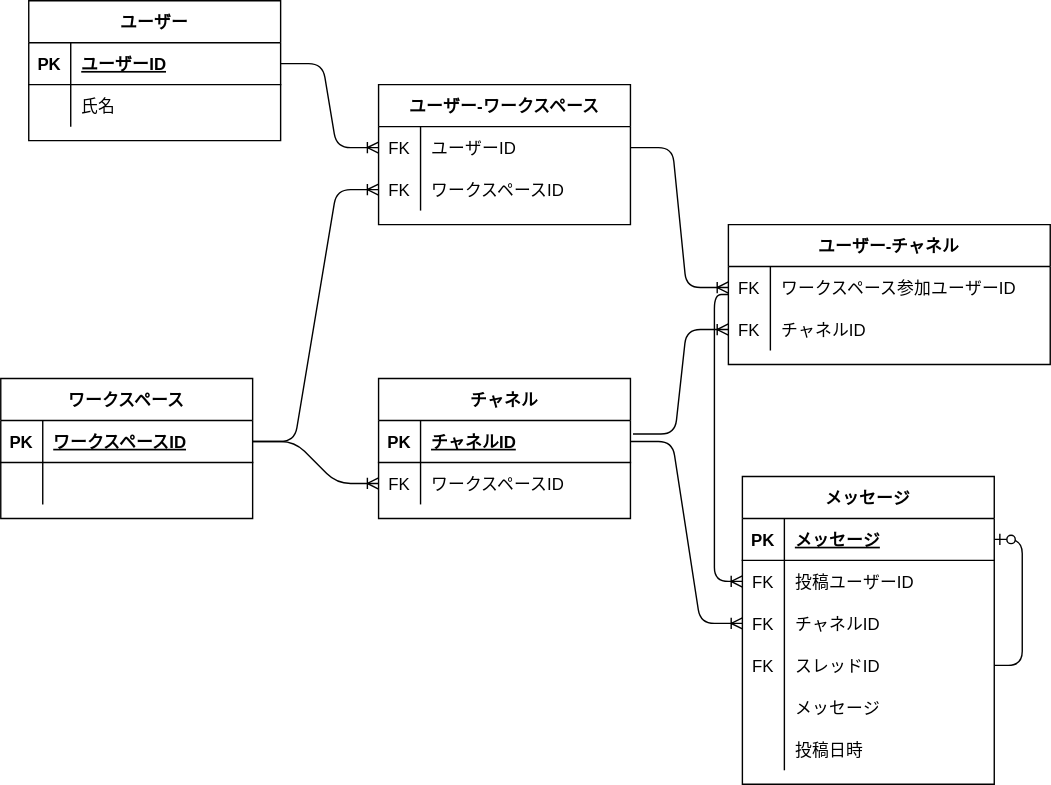
This is database-design/2/er1.drawio.svg from nakasuke-dev/praha_challenge, a draw.io export, as it was before one commit. Source tidied: cells renumbered, new cells last; positions are measured from the earlier drawing's top-left corner, leaving out a move shared by most shapes. The source it was exported from:
```xml
<mxGraphModel>
  <root>
    <mxCell id="0" />
    <mxCell id="1" parent="0" />
    <mxCell id="2" value="ユーザー" style="shape=table;startSize=30;rowLines=0;fontStyle=1;align=center;" parent="1" vertex="1">
      <mxGeometry x="20" width="180" height="100" as="geometry" />
    </mxCell>
    <mxCell id="3" style="shape=partialRectangle;fillColor=none;top=0;left=0;bottom=1;right=0;points=[[0,0.5],[1,0.5]];portConstraint=eastwest;" parent="2" vertex="1">
      <mxGeometry y="30" width="180" height="30" as="geometry" />
    </mxCell>
    <mxCell id="4" value="PK" style="shape=partialRectangle;fillColor=none;top=0;left=0;bottom=0;right=0;fontStyle=1;overflow=hidden;" parent="3" vertex="1">
      <mxGeometry width="30" height="30" as="geometry" />
    </mxCell>
    <mxCell id="5" value="ユーザーID" style="shape=partialRectangle;fillColor=none;top=0;left=0;bottom=0;right=0;align=left;spacingLeft=6;fontStyle=5;overflow=hidden;" parent="3" vertex="1">
      <mxGeometry x="30" width="150" height="30" as="geometry" />
    </mxCell>
    <mxCell id="6" style="shape=partialRectangle;fillColor=none;top=0;left=0;bottom=0;right=0;" parent="2" vertex="1">
      <mxGeometry y="60" width="180" height="30" as="geometry" />
    </mxCell>
    <mxCell id="7" style="shape=partialRectangle;fillColor=none;top=0;left=0;bottom=0;right=0;overflow=hidden;" parent="6" vertex="1">
      <mxGeometry width="30" height="30" as="geometry" />
    </mxCell>
    <mxCell id="8" value="氏名" style="shape=partialRectangle;fillColor=none;top=0;left=0;bottom=0;right=0;align=left;spacingLeft=6;overflow=hidden;" parent="6" vertex="1">
      <mxGeometry x="30" width="150" height="30" as="geometry" />
    </mxCell>
    <mxCell id="9" value="チャネル" style="shape=table;startSize=30;rowLines=0;fontStyle=1;align=center;" parent="1" vertex="1">
      <mxGeometry x="270" y="270" width="180" height="100" as="geometry" />
    </mxCell>
    <mxCell id="10" style="shape=partialRectangle;fillColor=none;top=0;left=0;bottom=1;right=0;points=[[0,0.5],[1,0.5]];portConstraint=eastwest;" parent="9" vertex="1">
      <mxGeometry y="30" width="180" height="30" as="geometry" />
    </mxCell>
    <mxCell id="11" value="PK" style="shape=partialRectangle;fillColor=none;top=0;left=0;bottom=0;right=0;fontStyle=1;overflow=hidden;" parent="10" vertex="1">
      <mxGeometry width="30" height="30" as="geometry" />
    </mxCell>
    <mxCell id="12" value="チャネルID" style="shape=partialRectangle;fillColor=none;top=0;left=0;bottom=0;right=0;align=left;spacingLeft=6;fontStyle=5;overflow=hidden;" parent="10" vertex="1">
      <mxGeometry x="30" width="150" height="30" as="geometry" />
    </mxCell>
    <mxCell id="13" style="shape=partialRectangle;fillColor=none;top=0;left=0;bottom=0;right=0;points=[[0,0.5],[1,0.5]];portConstraint=eastwest;" parent="9" vertex="1">
      <mxGeometry y="60" width="180" height="30" as="geometry" />
    </mxCell>
    <mxCell id="14" value="FK" style="shape=partialRectangle;fillColor=none;top=0;left=0;bottom=0;right=0;overflow=hidden;" parent="13" vertex="1">
      <mxGeometry width="30" height="30" as="geometry" />
    </mxCell>
    <mxCell id="15" value="ワークスペースID" style="shape=partialRectangle;fillColor=none;top=0;left=0;bottom=0;right=0;align=left;spacingLeft=6;overflow=hidden;" parent="13" vertex="1">
      <mxGeometry x="30" width="150" height="30" as="geometry" />
    </mxCell>
    <mxCell id="16" value="ワークスペース" style="shape=table;startSize=30;rowLines=0;fontStyle=1;align=center;" parent="1" vertex="1">
      <mxGeometry y="270" width="180" height="100" as="geometry" />
    </mxCell>
    <mxCell id="17" style="shape=partialRectangle;fillColor=none;top=0;left=0;bottom=1;right=0;points=[[0,0.5],[1,0.5]];portConstraint=eastwest;" parent="16" vertex="1">
      <mxGeometry y="30" width="180" height="30" as="geometry" />
    </mxCell>
    <mxCell id="18" value="PK" style="shape=partialRectangle;fillColor=none;top=0;left=0;bottom=0;right=0;fontStyle=1;overflow=hidden;" parent="17" vertex="1">
      <mxGeometry width="30" height="30" as="geometry" />
    </mxCell>
    <mxCell id="19" value="ワークスペースID" style="shape=partialRectangle;fillColor=none;top=0;left=0;bottom=0;right=0;align=left;spacingLeft=6;fontStyle=5;overflow=hidden;" parent="17" vertex="1">
      <mxGeometry x="30" width="150" height="30" as="geometry" />
    </mxCell>
    <mxCell id="20" style="shape=partialRectangle;fillColor=none;top=0;left=0;bottom=0;right=0;" parent="16" vertex="1">
      <mxGeometry y="60" width="180" height="30" as="geometry" />
    </mxCell>
    <mxCell id="21" style="shape=partialRectangle;fillColor=none;top=0;left=0;bottom=0;right=0;overflow=hidden;" parent="20" vertex="1">
      <mxGeometry width="30" height="30" as="geometry" />
    </mxCell>
    <mxCell id="22" style="shape=partialRectangle;fillColor=none;top=0;left=0;bottom=0;right=0;align=left;spacingLeft=6;overflow=hidden;" parent="20" vertex="1">
      <mxGeometry x="30" width="150" height="30" as="geometry" />
    </mxCell>
    <mxCell id="23" style="shape=partialRectangle;fillColor=none;top=0;left=0;bottom=0;right=0;" parent="1" vertex="1">
      <mxGeometry x="291" y="354" width="180" height="30" as="geometry" />
    </mxCell>
    <mxCell id="24" style="shape=partialRectangle;fillColor=none;top=0;left=0;bottom=0;right=0;overflow=hidden;" parent="23" vertex="1">
      <mxGeometry width="30" height="30" as="geometry" />
    </mxCell>
    <mxCell id="25" value="メッセージ" style="shape=table;startSize=30;rowLines=0;fontStyle=1;align=center;" parent="1" vertex="1">
      <mxGeometry x="530" y="340" width="180" height="220" as="geometry" />
    </mxCell>
    <mxCell id="26" style="shape=partialRectangle;fillColor=none;top=0;left=0;bottom=1;right=0;points=[[0,0.5],[1,0.5]];portConstraint=eastwest;" parent="25" vertex="1">
      <mxGeometry y="30" width="180" height="30" as="geometry" />
    </mxCell>
    <mxCell id="27" value="PK" style="shape=partialRectangle;fillColor=none;top=0;left=0;bottom=0;right=0;fontStyle=1;overflow=hidden;" parent="26" vertex="1">
      <mxGeometry width="30" height="30" as="geometry" />
    </mxCell>
    <mxCell id="28" value="メッセージ" style="shape=partialRectangle;fillColor=none;top=0;left=0;bottom=0;right=0;align=left;spacingLeft=6;fontStyle=5;overflow=hidden;" parent="26" vertex="1">
      <mxGeometry x="30" width="150" height="30" as="geometry" />
    </mxCell>
    <mxCell id="29" style="shape=partialRectangle;fillColor=none;top=0;left=0;bottom=0;right=0;points=[[0,0.5],[1,0.5]];portConstraint=eastwest;" parent="25" vertex="1">
      <mxGeometry y="60" width="180" height="30" as="geometry" />
    </mxCell>
    <mxCell id="30" value="FK" style="shape=partialRectangle;fillColor=none;top=0;left=0;bottom=0;right=0;overflow=hidden;" parent="29" vertex="1">
      <mxGeometry width="30" height="30" as="geometry" />
    </mxCell>
    <mxCell id="31" value="投稿ユーザーID" style="shape=partialRectangle;fillColor=none;top=0;left=0;bottom=0;right=0;align=left;spacingLeft=6;overflow=hidden;" parent="29" vertex="1">
      <mxGeometry x="30" width="150" height="30" as="geometry" />
    </mxCell>
    <mxCell id="32" style="shape=partialRectangle;fillColor=none;top=0;left=0;bottom=0;right=0;points=[[0,0.5],[1,0.5]];portConstraint=eastwest;" parent="25" vertex="1">
      <mxGeometry y="90" width="180" height="30" as="geometry" />
    </mxCell>
    <mxCell id="33" value="FK" style="shape=partialRectangle;fillColor=none;top=0;left=0;bottom=0;right=0;overflow=hidden;" parent="32" vertex="1">
      <mxGeometry width="30" height="30" as="geometry" />
    </mxCell>
    <mxCell id="34" value="チャネルID" style="shape=partialRectangle;fillColor=none;top=0;left=0;bottom=0;right=0;align=left;spacingLeft=6;overflow=hidden;" parent="32" vertex="1">
      <mxGeometry x="30" width="150" height="30" as="geometry" />
    </mxCell>
    <mxCell id="35" style="shape=partialRectangle;fillColor=none;top=0;left=0;bottom=0;right=0;points=[[0,0.5],[1,0.5]];portConstraint=eastwest;" parent="25" vertex="1">
      <mxGeometry y="120" width="180" height="30" as="geometry" />
    </mxCell>
    <mxCell id="36" value="FK" style="shape=partialRectangle;fillColor=none;top=0;left=0;bottom=0;right=0;overflow=hidden;" parent="35" vertex="1">
      <mxGeometry width="30" height="30" as="geometry" />
    </mxCell>
    <mxCell id="37" value="スレッドID" style="shape=partialRectangle;fillColor=none;top=0;left=0;bottom=0;right=0;align=left;spacingLeft=6;overflow=hidden;" parent="35" vertex="1">
      <mxGeometry x="30" width="150" height="30" as="geometry" />
    </mxCell>
    <mxCell id="38" style="shape=partialRectangle;fillColor=none;top=0;left=0;bottom=0;right=0;" parent="25" vertex="1">
      <mxGeometry y="150" width="180" height="30" as="geometry" />
    </mxCell>
    <mxCell id="39" style="shape=partialRectangle;fillColor=none;top=0;left=0;bottom=0;right=0;overflow=hidden;" parent="38" vertex="1">
      <mxGeometry width="30" height="30" as="geometry" />
    </mxCell>
    <mxCell id="40" value="メッセージ" style="shape=partialRectangle;fillColor=none;top=0;left=0;bottom=0;right=0;align=left;spacingLeft=6;overflow=hidden;" parent="38" vertex="1">
      <mxGeometry x="30" width="150" height="30" as="geometry" />
    </mxCell>
    <mxCell id="41" style="edgeStyle=elbowEdgeStyle;fontSize=12;html=1;endArrow=ERzeroToOne;endFill=1;exitX=1;exitY=0.5;exitDx=0;exitDy=0;entryX=1;entryY=0.5;entryDx=0;entryDy=0;" parent="25" edge="1" source="35" target="26">
      <mxGeometry relative="1" as="geometry">
        <Array as="points">
          <mxPoint x="200" y="90" />
        </Array>
      </mxGeometry>
    </mxCell>
    <mxCell id="42" style="shape=partialRectangle;fillColor=none;top=0;left=0;bottom=0;right=0;" parent="25" vertex="1">
      <mxGeometry y="180" width="180" height="30" as="geometry" />
    </mxCell>
    <mxCell id="43" style="shape=partialRectangle;fillColor=none;top=0;left=0;bottom=0;right=0;overflow=hidden;" parent="42" vertex="1">
      <mxGeometry width="30" height="30" as="geometry" />
    </mxCell>
    <mxCell id="44" value="投稿日時" style="shape=partialRectangle;fillColor=none;top=0;left=0;bottom=0;right=0;align=left;spacingLeft=6;overflow=hidden;" parent="42" vertex="1">
      <mxGeometry x="30" width="150" height="30" as="geometry" />
    </mxCell>
    <mxCell id="45" value="ユーザー-ワークスペース" style="shape=table;startSize=30;rowLines=0;fontStyle=1;align=center;" parent="1" vertex="1">
      <mxGeometry x="270" y="60" width="180" height="100" as="geometry" />
    </mxCell>
    <mxCell id="46" style="shape=partialRectangle;fillColor=none;top=0;left=0;bottom=0;right=0;points=[[0,0.5],[1,0.5]];portConstraint=eastwest;" parent="45" vertex="1">
      <mxGeometry y="30" width="180" height="30" as="geometry" />
    </mxCell>
    <mxCell id="47" value="FK" style="shape=partialRectangle;fillColor=none;top=0;left=0;bottom=0;right=0;overflow=hidden;" parent="46" vertex="1">
      <mxGeometry width="30" height="30" as="geometry" />
    </mxCell>
    <mxCell id="48" value="ユーザーID" style="shape=partialRectangle;fillColor=none;top=0;left=0;bottom=0;right=0;align=left;spacingLeft=6;overflow=hidden;" parent="46" vertex="1">
      <mxGeometry x="30" width="150" height="30" as="geometry" />
    </mxCell>
    <mxCell id="49" style="shape=partialRectangle;fillColor=none;top=0;left=0;bottom=0;right=0;points=[[0,0.5],[1,0.5]];portConstraint=eastwest;" parent="45" vertex="1">
      <mxGeometry y="60" width="180" height="30" as="geometry" />
    </mxCell>
    <mxCell id="50" value="FK" style="shape=partialRectangle;fillColor=none;top=0;left=0;bottom=0;right=0;overflow=hidden;" parent="49" vertex="1">
      <mxGeometry width="30" height="30" as="geometry" />
    </mxCell>
    <mxCell id="51" value="ワークスペースID" style="shape=partialRectangle;fillColor=none;top=0;left=0;bottom=0;right=0;align=left;spacingLeft=6;overflow=hidden;" parent="49" vertex="1">
      <mxGeometry x="30" width="150" height="30" as="geometry" />
    </mxCell>
    <mxCell id="52" style="edgeStyle=entityRelationEdgeStyle;fontSize=12;html=1;endArrow=ERoneToMany;entryX=0;entryY=0.5;entryDx=0;entryDy=0;exitX=1;exitY=0.5;exitDx=0;exitDy=0;" parent="1" edge="1" source="17" target="13">
      <mxGeometry relative="1" as="geometry" />
    </mxCell>
    <mxCell id="53" value="ユーザー-チャネル" style="shape=table;startSize=30;rowLines=0;fontStyle=1;align=center;" parent="1" vertex="1">
      <mxGeometry x="520" y="160" width="230" height="100" as="geometry" />
    </mxCell>
    <mxCell id="54" style="shape=partialRectangle;fillColor=none;top=0;left=0;bottom=0;right=0;points=[[0,0.5],[1,0.5]];portConstraint=eastwest;" parent="53" vertex="1">
      <mxGeometry y="30" width="230" height="30" as="geometry" />
    </mxCell>
    <mxCell id="55" value="FK" style="shape=partialRectangle;fillColor=none;top=0;left=0;bottom=0;right=0;overflow=hidden;" parent="54" vertex="1">
      <mxGeometry width="30" height="30" as="geometry" />
    </mxCell>
    <mxCell id="56" value="ワークスペース参加ユーザーID" style="shape=partialRectangle;fillColor=none;top=0;left=0;bottom=0;right=0;align=left;spacingLeft=6;overflow=hidden;" parent="54" vertex="1">
      <mxGeometry x="30" width="200" height="30" as="geometry" />
    </mxCell>
    <mxCell id="57" style="shape=partialRectangle;fillColor=none;top=0;left=0;bottom=0;right=0;points=[[0,0.5],[1,0.5]];portConstraint=eastwest;" parent="53" vertex="1">
      <mxGeometry y="60" width="230" height="30" as="geometry" />
    </mxCell>
    <mxCell id="58" value="FK" style="shape=partialRectangle;fillColor=none;top=0;left=0;bottom=0;right=0;overflow=hidden;" parent="57" vertex="1">
      <mxGeometry width="30" height="30" as="geometry" />
    </mxCell>
    <mxCell id="59" value="チャネルID" style="shape=partialRectangle;fillColor=none;top=0;left=0;bottom=0;right=0;align=left;spacingLeft=6;overflow=hidden;" parent="57" vertex="1">
      <mxGeometry x="30" width="200" height="30" as="geometry" />
    </mxCell>
    <mxCell id="60" style="edgeStyle=entityRelationEdgeStyle;fontSize=12;html=1;endArrow=ERoneToMany;exitX=1.01;exitY=0.321;exitDx=0;exitDy=0;exitPerimeter=0;" parent="1" edge="1" source="10" target="57">
      <mxGeometry relative="1" as="geometry" />
    </mxCell>
    <mxCell id="61" style="edgeStyle=entityRelationEdgeStyle;fontSize=12;html=1;endArrow=ERoneToMany;exitX=1;exitY=0.5;exitDx=0;exitDy=0;entryX=0;entryY=0.5;entryDx=0;entryDy=0;" parent="1" edge="1" source="46" target="54">
      <mxGeometry relative="1" as="geometry" />
    </mxCell>
    <mxCell id="62" style="edgeStyle=entityRelationEdgeStyle;fontSize=12;html=1;endArrow=ERoneToMany;entryX=0;entryY=0.5;entryDx=0;entryDy=0;exitX=1;exitY=0.5;exitDx=0;exitDy=0;" parent="1" edge="1" source="10" target="32">
      <mxGeometry relative="1" as="geometry" />
    </mxCell>
    <mxCell id="63" style="edgeStyle=orthogonalEdgeStyle;fontSize=12;html=1;endArrow=ERoneToMany;entryX=0;entryY=0.5;entryDx=0;entryDy=0;" parent="1" edge="1" target="29">
      <mxGeometry relative="1" as="geometry">
        <mxPoint x="520" y="210" as="sourcePoint" />
        <Array as="points">
          <mxPoint x="510" y="210" />
          <mxPoint x="510" y="415" />
        </Array>
      </mxGeometry>
    </mxCell>
    <mxCell id="64" style="edgeStyle=entityRelationEdgeStyle;fontSize=12;html=1;endArrow=ERoneToMany;entryX=0;entryY=0.5;entryDx=0;entryDy=0;exitX=1;exitY=0.5;exitDx=0;exitDy=0;" parent="1" edge="1" source="17" target="49">
      <mxGeometry relative="1" as="geometry" />
    </mxCell>
    <mxCell id="65" style="edgeStyle=entityRelationEdgeStyle;fontSize=12;html=1;endArrow=ERoneToMany;entryX=0;entryY=0.5;entryDx=0;entryDy=0;exitX=1;exitY=0.5;exitDx=0;exitDy=0;" parent="1" edge="1" source="3" target="46">
      <mxGeometry relative="1" as="geometry" />
    </mxCell>
  </root>
</mxGraphModel>
```
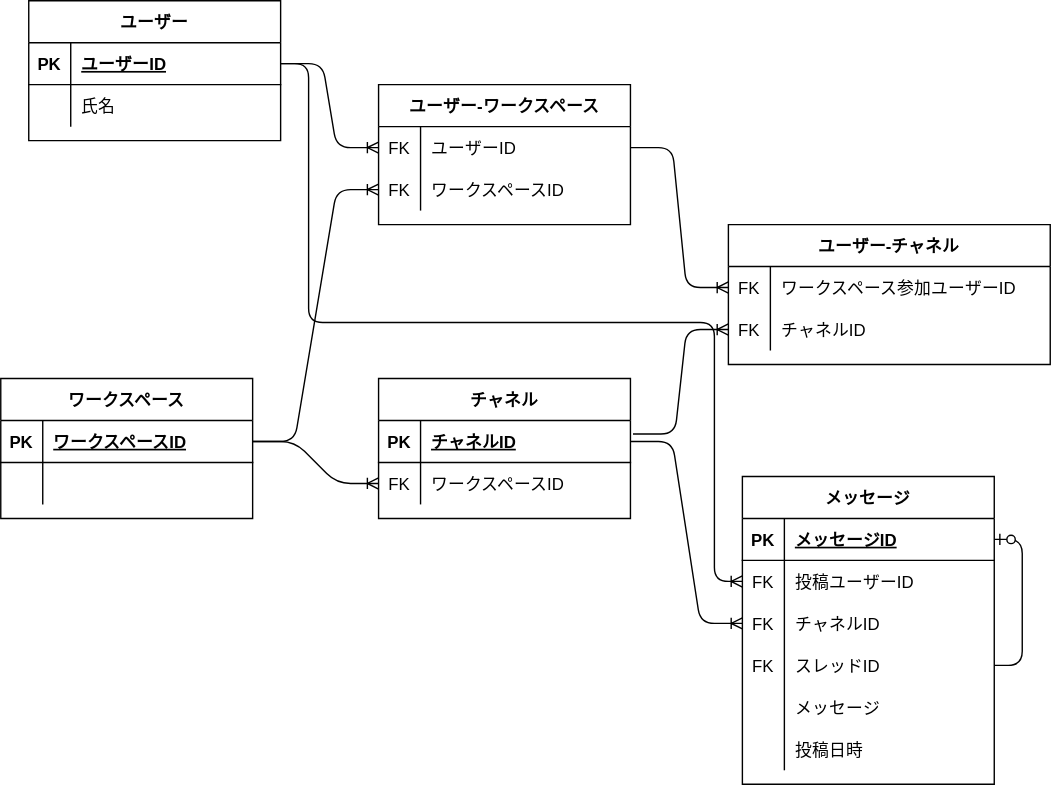
The same file after the commit.

What changed in the source:
```diff
@@ -80,7 +80,7 @@
     <mxCell id="27" value="PK" style="shape=partialRectangle;fillColor=none;top=0;left=0;bottom=0;right=0;fontStyle=1;overflow=hidden;" parent="26" vertex="1">
       <mxGeometry width="30" height="30" as="geometry" />
     </mxCell>
-    <mxCell id="28" value="メッセージ" style="shape=partialRectangle;fillColor=none;top=0;left=0;bottom=0;right=0;align=left;spacingLeft=6;fontStyle=5;overflow=hidden;" parent="26" vertex="1">
+    <mxCell id="28" value="メッセージID" style="shape=partialRectangle;fillColor=none;top=0;left=0;bottom=0;right=0;align=left;spacingLeft=6;fontStyle=5;overflow=hidden;" parent="26" vertex="1">
       <mxGeometry x="30" width="150" height="30" as="geometry" />
     </mxCell>
     <mxCell id="29" style="shape=partialRectangle;fillColor=none;top=0;left=0;bottom=0;right=0;points=[[0,0.5],[1,0.5]];portConstraint=eastwest;" parent="25" vertex="1">
@@ -189,11 +189,12 @@
     <mxCell id="62" style="edgeStyle=entityRelationEdgeStyle;fontSize=12;html=1;endArrow=ERoneToMany;entryX=0;entryY=0.5;entryDx=0;entryDy=0;exitX=1;exitY=0.5;exitDx=0;exitDy=0;" parent="1" edge="1" source="10" target="32">
       <mxGeometry relative="1" as="geometry" />
     </mxCell>
-    <mxCell id="63" style="edgeStyle=orthogonalEdgeStyle;fontSize=12;html=1;endArrow=ERoneToMany;entryX=0;entryY=0.5;entryDx=0;entryDy=0;" parent="1" edge="1" target="29">
+    <mxCell id="63" style="edgeStyle=orthogonalEdgeStyle;fontSize=12;html=1;endArrow=ERoneToMany;entryX=0;entryY=0.5;entryDx=0;entryDy=0;exitX=1;exitY=0.5;exitDx=0;exitDy=0;" parent="1" edge="1" source="3" target="29">
       <mxGeometry relative="1" as="geometry">
-        <mxPoint x="520" y="210" as="sourcePoint" />
         <Array as="points">
-          <mxPoint x="510" y="210" />
+          <mxPoint x="220" y="45" />
+          <mxPoint x="220" y="230" />
+          <mxPoint x="510" y="230" />
           <mxPoint x="510" y="415" />
         </Array>
       </mxGeometry>
```
